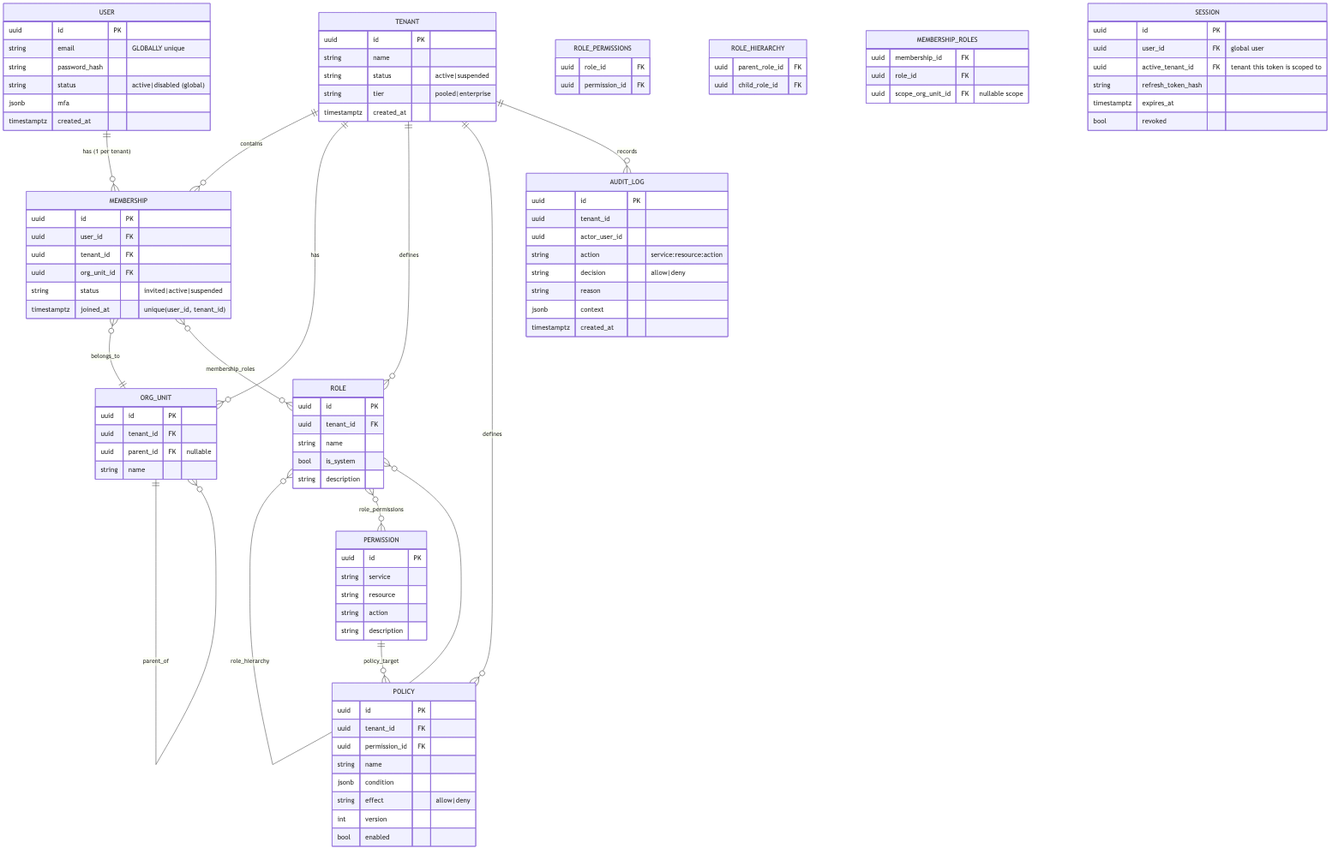
Earlier version of the Mermaid export docs/diagrams/04-data-model-erd.png (Naamsukh/payoneer-take-home-assignment). Its source is kept beside it as docs/diagrams/04-data-model-erd.mmd. Its diagram source:
```mermaid
erDiagram
    USER ||--o{ MEMBERSHIP : "has (1 per tenant)"
    TENANT ||--o{ MEMBERSHIP : contains
    TENANT ||--o{ ORG_UNIT : has
    TENANT ||--o{ ROLE : defines
    TENANT ||--o{ POLICY : defines
    TENANT ||--o{ AUDIT_LOG : records
    ORG_UNIT ||--o{ ORG_UNIT : parent_of
    MEMBERSHIP }o--|| ORG_UNIT : belongs_to
    MEMBERSHIP }o--o{ ROLE : "membership_roles"
    ROLE }o--o{ ROLE : "role_hierarchy"
    ROLE }o--o{ PERMISSION : "role_permissions"
    PERMISSION ||--o{ POLICY : "policy_target"

    TENANT {
      uuid id PK
      string name
      string status "active|suspended"
      string tier "pooled|enterprise"
      timestamptz created_at
    }
    USER {
      uuid id PK
      string email "GLOBALLY unique"
      string password_hash
      string status "active|disabled (global)"
      jsonb mfa
      timestamptz created_at
    }
    MEMBERSHIP {
      uuid id PK
      uuid user_id FK
      uuid tenant_id FK
      uuid org_unit_id FK
      string status "invited|active|suspended"
      timestamptz joined_at
      "unique(user_id, tenant_id)"
    }
    ORG_UNIT {
      uuid id PK
      uuid tenant_id FK
      uuid parent_id FK "nullable"
      string name
    }
    ROLE {
      uuid id PK
      uuid tenant_id FK
      string name
      bool is_system
      string description
    }
    PERMISSION {
      uuid id PK
      string service
      string resource
      string action
      string description
    }
    ROLE_PERMISSIONS {
      uuid role_id FK
      uuid permission_id FK
    }
    ROLE_HIERARCHY {
      uuid parent_role_id FK
      uuid child_role_id FK
    }
    MEMBERSHIP_ROLES {
      uuid membership_id FK
      uuid role_id FK
      uuid scope_org_unit_id FK "nullable scope"
    }
    POLICY {
      uuid id PK
      uuid tenant_id FK
      uuid permission_id FK
      string name
      jsonb condition
      string effect "allow|deny"
      int version
      bool enabled
    }
    AUDIT_LOG {
      uuid id PK
      uuid tenant_id
      uuid actor_user_id
      string action "service:resource:action"
      string decision "allow|deny"
      string reason
      jsonb context
      timestamptz created_at
    }
    SESSION {
      uuid id PK
      uuid user_id FK "global user"
      uuid active_tenant_id FK "tenant this token is scoped to"
      string refresh_token_hash
      timestamptz expires_at
      bool revoked
    }
```
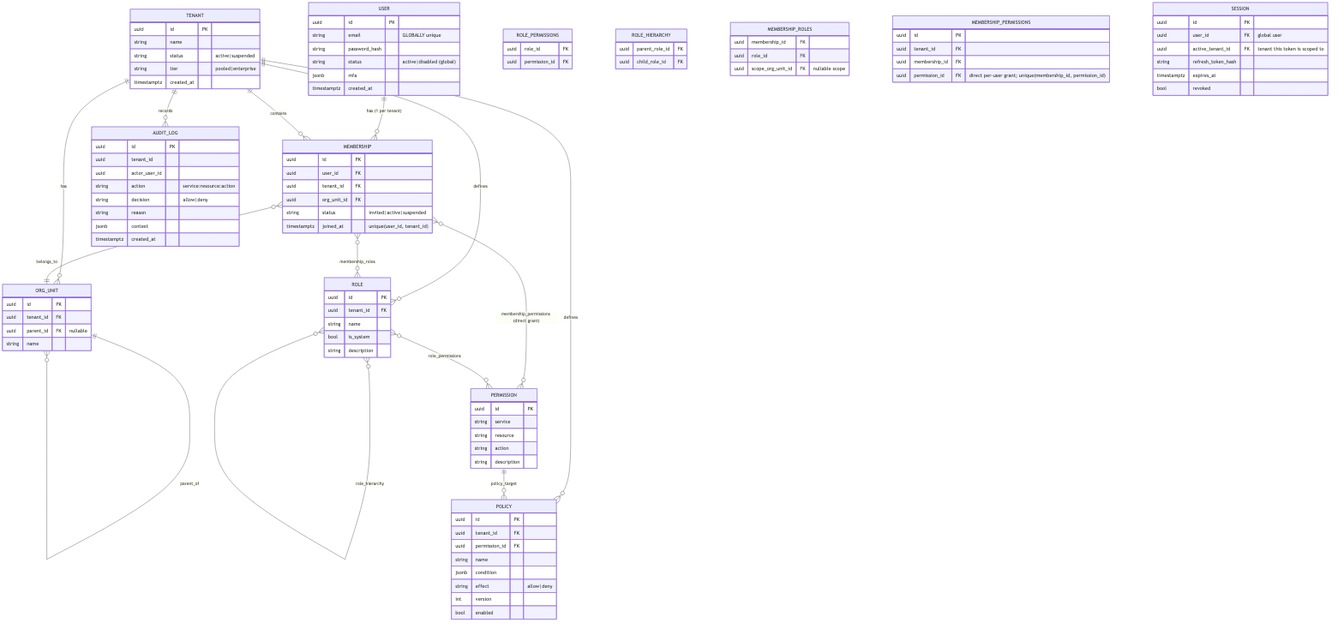
Above is the later version.

Change to the diagram source:
```diff
@@ -8,6 +8,7 @@
     ORG_UNIT ||--o{ ORG_UNIT : parent_of
     MEMBERSHIP }o--|| ORG_UNIT : belongs_to
     MEMBERSHIP }o--o{ ROLE : "membership_roles"
+    MEMBERSHIP }o--o{ PERMISSION : "membership_permissions (direct grant)"
     ROLE }o--o{ ROLE : "role_hierarchy"
     ROLE }o--o{ PERMISSION : "role_permissions"
     PERMISSION ||--o{ POLICY : "policy_target"
@@ -69,6 +70,13 @@
       uuid role_id FK
       uuid scope_org_unit_id FK "nullable scope"
     }
+    MEMBERSHIP_PERMISSIONS {
+      uuid id PK
+      uuid tenant_id FK
+      uuid membership_id FK
+      uuid permission_id FK
+      "direct per-user grant; unique(membership_id, permission_id)"
+    }
     POLICY {
       uuid id PK
       uuid tenant_id FK
```
